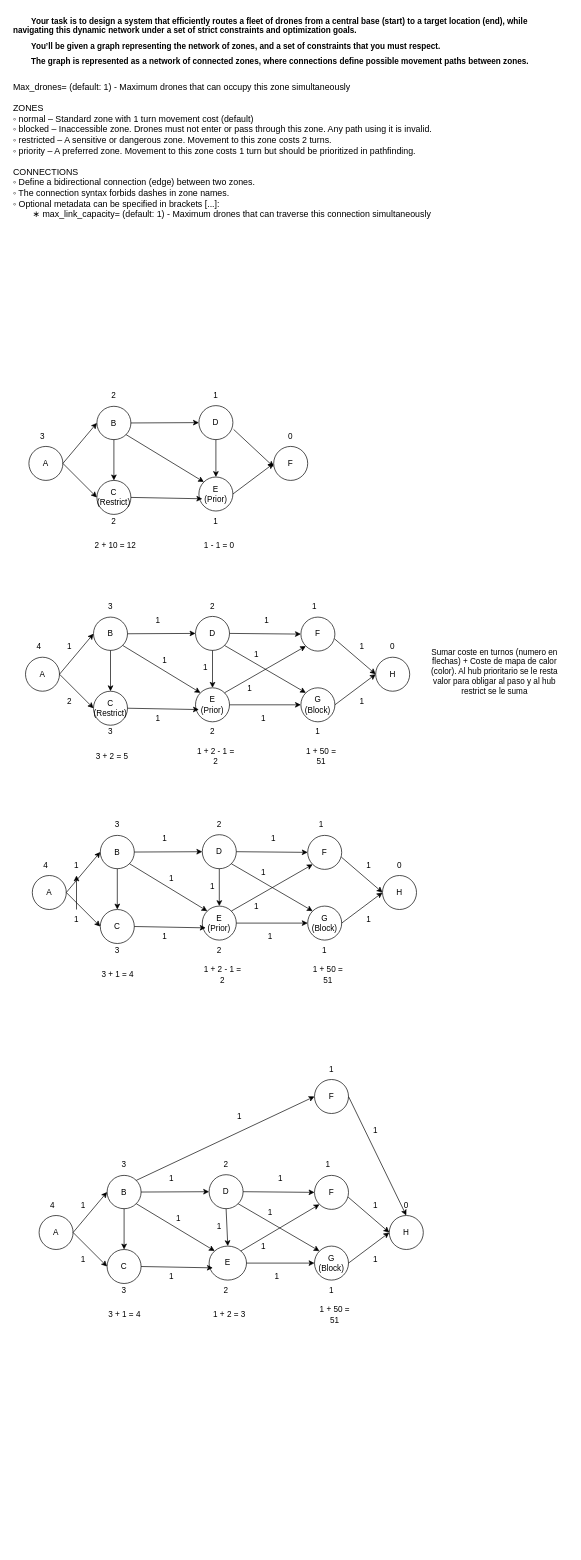
The draw.io diagram fly-in/fly_in.drawio in arlotetxu/42_cursus_reload, before the edit. Source tidied: cells renumbered, new cells numbered last; positions are measured from the earlier drawing's top-left corner, leaving out a move shared by most shapes. Both pictures are drawn from the tidied source at 68%, with x=0, y=0 at pixel (12, 12).
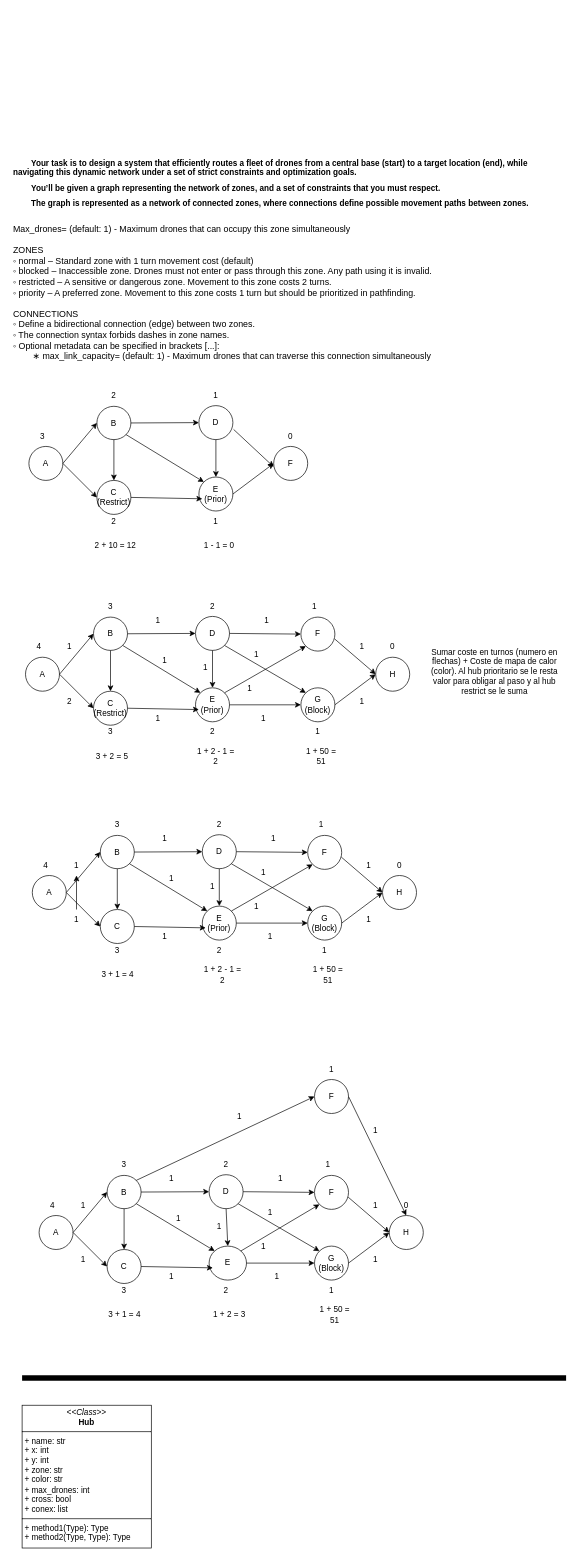
Above is the later version.

Commit message (it also covers changes not shown here):
Getting hubs metadata in a better way. Starting hub class. WIP

The edit, as a diff of the source:
```diff
@@
     <mxCell id="14" value="&lt;h1 style=&quot;margin-top: 0px;&quot;&gt;&lt;font&gt;&lt;span style=&quot;white-space: pre;&quot;&gt;&#9;&lt;/span&gt;Your task is to design a system that efficiently routes a fleet of drones from a central base (start) to a target location (end), while navigating this dynamic network under a set of strict constraints and optimization goals.&amp;nbsp;&lt;/font&gt;&lt;/h1&gt;&lt;h1 style=&quot;margin-top: 0px;&quot;&gt;&lt;font&gt;&lt;span style=&quot;white-space: pre;&quot;&gt;&#9;&lt;/span&gt;You’ll be given a graph representing the network of zones, and a set of constraints that you must respect.&lt;/font&gt;&lt;/h1&gt;&lt;h1 style=&quot;margin-top: 0px;&quot;&gt;&lt;font&gt;&lt;span style=&quot;white-space: pre;&quot;&gt;&#9;&lt;/span&gt;The graph is represented as a network of connected zones, where connections define possible movement paths between zones.&lt;/font&gt;&lt;br&gt;&lt;/h1&gt;&lt;div&gt;&lt;font&gt;&lt;br&gt;&lt;/font&gt;&lt;/div&gt;&lt;div&gt;&lt;font&gt;&lt;span style=&quot;white-space: pre;&quot;&gt;&#9;&lt;/span&gt;&lt;br&gt;&lt;/font&gt;&lt;font style=&quot;font-size: 13px;&quot;&gt;&lt;span style=&quot;background-color: transparent; color: light-dark(rgb(0, 0, 0), rgb(255, 255, 255));&quot;&gt;Max_drones=&lt;/span&gt; (default: 1) - Maximum drones that can occupy this zone simultaneously&lt;/font&gt;&lt;/div&gt;&lt;div&gt;&lt;font style=&quot;font-size: 13px;&quot;&gt;&lt;br&gt;&lt;/font&gt;&lt;/div&gt;&lt;div&gt;&lt;font style=&quot;font-size: 13px;&quot;&gt;ZONES&lt;span style=&quot;white-space: pre;&quot;&gt;&#9;&lt;/span&gt;&lt;br&gt;&lt;/font&gt;&lt;span style=&quot;background-color: transparent; color: light-dark(rgb(0, 0, 0), rgb(255, 255, 255));&quot;&gt;&lt;font style=&quot;font-size: 13px;&quot;&gt;◦ normal – Standard zone with 1 turn movement cost (default)&amp;nbsp;&lt;/font&gt;&lt;/span&gt;&lt;/div&gt;&lt;div&gt;&lt;span style=&quot;background-color: transparent; color: light-dark(rgb(0, 0, 0), rgb(255, 255, 255));&quot;&gt;&lt;font style=&quot;font-size: 13px;&quot;&gt;◦ blocked – Inaccessible zone. Drones must not enter or pass through this zone. Any path using it is invalid.&amp;nbsp;&lt;/font&gt;&lt;/span&gt;&lt;/div&gt;&lt;div&gt;&lt;span style=&quot;background-color: transparent; color: light-dark(rgb(0, 0, 0), rgb(255, 255, 255));&quot;&gt;&lt;font style=&quot;font-size: 13px;&quot;&gt;◦ restricted – A sensitive or dangerous zone. Movement to this zone costs 2 turns.&amp;nbsp;&lt;/font&gt;&lt;/span&gt;&lt;/div&gt;&lt;div&gt;&lt;span style=&quot;background-color: transparent; color: light-dark(rgb(0, 0, 0), rgb(255, 255, 255));&quot;&gt;&lt;font style=&quot;font-size: 13px;&quot;&gt;◦ priority – A preferred zone. Movement to this zone costs 1 turn but should be prioritized in pathfinding.&lt;/font&gt;&lt;/span&gt;&lt;/div&gt;&lt;div&gt;&lt;span style=&quot;background-color: transparent; color: light-dark(rgb(0, 0, 0), rgb(255, 255, 255));&quot;&gt;&lt;font style=&quot;font-size: 13px;&quot;&gt;&lt;br&gt;&lt;/font&gt;&lt;/span&gt;&lt;/div&gt;&lt;div&gt;&lt;span style=&quot;font-size: 13px;&quot;&gt;CONNECTIONS&lt;/span&gt;&lt;/div&gt;&lt;div&gt;&lt;font style=&quot;font-size: 13px;&quot;&gt;◦ Define a bidirectional connection (edge) between two zones.&amp;nbsp;&lt;/font&gt;&lt;/div&gt;&lt;div&gt;&lt;font style=&quot;font-size: 13px;&quot;&gt;◦ The connection syntax forbids dashes in zone names.&amp;nbsp;&lt;/font&gt;&lt;/div&gt;&lt;div&gt;&lt;font style=&quot;font-size: 13px;&quot;&gt;◦ Optional metadata can be specified in brackets [...]:&lt;br&gt;&lt;span style=&quot;white-space: pre;&quot;&gt;&#9;&lt;/span&gt;∗ max_link_capacity= (default: 1) - Maximum drones that can traverse this connection simultaneously&lt;/font&gt;&lt;span style=&quot;background-color: transparent; color: light-dark(rgb(0, 0, 0), rgb(255, 255, 255));&quot;&gt;&lt;font style=&quot;font-size: 13px;&quot;&gt;&lt;br&gt;&lt;/font&gt;&lt;/span&gt;&lt;/div&gt;" style="text;html=1;whiteSpace=wrap;overflow=hidden;rounded=0;fontSize=6;" parent="1" vertex="1">
-      <mxGeometry width="800" height="560" as="geometry" />
+      <mxGeometry y="209" width="800" height="350" as="geometry" />
     </mxCell>
@@
+    <mxCell id="166" style="endArrow=none;html=1;rounded=0;strokeWidth=8;" parent="1" edge="1">
+      <mxGeometry relative="1" as="geometry">
+        <mxPoint x="15" y="2009" as="sourcePoint" />
+        <mxPoint x="815" y="2009" as="targetPoint" />
+      </mxGeometry>
+    </mxCell>
+    <mxCell id="167" value="&lt;p style=&quot;margin:0px;margin-top:4px;text-align:center;&quot;&gt;&lt;i&gt;&amp;lt;&amp;lt;Class&amp;gt;&amp;gt;&lt;/i&gt;&lt;br&gt;&lt;b&gt;Hub&lt;/b&gt;&lt;/p&gt;&lt;hr size=&quot;1&quot; style=&quot;border-style:solid;&quot;&gt;&lt;p style=&quot;margin:0px;margin-left:4px;&quot;&gt;+ name: str&lt;br&gt;+ x: int&lt;/p&gt;&lt;p style=&quot;margin:0px;margin-left:4px;&quot;&gt;+ y: int&lt;/p&gt;&lt;p style=&quot;margin:0px;margin-left:4px;&quot;&gt;+ zone: str&lt;/p&gt;&lt;p style=&quot;margin:0px;margin-left:4px;&quot;&gt;+ color: str&lt;/p&gt;&lt;p style=&quot;margin:0px;margin-left:4px;&quot;&gt;+ max_drones: int&lt;/p&gt;&lt;p style=&quot;margin:0px;margin-left:4px;&quot;&gt;+ cross: bool&lt;/p&gt;&lt;p style=&quot;margin:0px;margin-left:4px;&quot;&gt;+ conex: list&lt;/p&gt;&lt;hr size=&quot;1&quot; style=&quot;border-style:solid;&quot;&gt;&lt;p style=&quot;margin:0px;margin-left:4px;&quot;&gt;+ method1(Type): Type&lt;br&gt;+ method2(Type, Type): Type&lt;/p&gt;" style="verticalAlign=top;align=left;overflow=fill;html=1;whiteSpace=wrap;" parent="1" vertex="1">
+      <mxGeometry x="15" y="2049" width="190" height="210" as="geometry" />
+    </mxCell>
```
